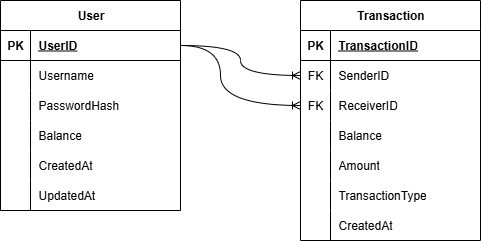
Above: images/database-schema.png in zuyatna/simple-emoney (draw.io), before the change. Source tidied: cells renumbered, new cells last; positions are measured from the earlier drawing's top-left corner, leaving out a move shared by most shapes.
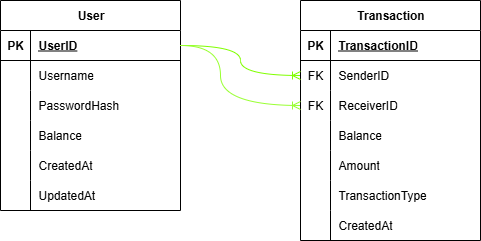
After the commit.

Commit message:
update database schema

What changed in the source:
```diff
@@ -2,7 +2,7 @@
   <root>
     <mxCell id="0" />
     <mxCell id="1" parent="0" />
-    <mxCell id="2" value="User" style="shape=table;startSize=30;rowLines=0;fontStyle=1;align=center;html=1;" parent="1" vertex="1">
+    <mxCell id="2" value="User" style="shape=table;startSize=30;rowLines=0;fontStyle=1;align=center;html=1;swimlaneFillColor=default;" parent="1" vertex="1">
       <mxGeometry width="180" height="210" as="geometry" />
     </mxCell>
     <mxCell id="3" style="shape=tableRow;horizontal=0;startSize=0;swimlaneHead=0;swimlaneBody=0;fillColor=none;points=[[0,0.5],[1,0.5]];portConstraint=eastwest;top=0;left=0;right=0;bottom=1;" parent="2" vertex="1">
@@ -59,7 +59,7 @@
     <mxCell id="20" value="UpdatedAt" style="shape=partialRectangle;fillColor=none;top=0;left=0;bottom=0;right=0;align=left;spacingLeft=6;overflow=hidden;whiteSpace=wrap;html=1;" parent="18" vertex="1">
       <mxGeometry x="30" width="150" height="30" as="geometry" />
     </mxCell>
-    <mxCell id="21" value="Transaction" style="shape=table;startSize=30;rowLines=0;fontStyle=1;align=center;html=1;" parent="1" vertex="1">
+    <mxCell id="21" value="Transaction" style="shape=table;startSize=30;rowLines=0;fontStyle=1;align=center;html=1;swimlaneFillColor=default;" parent="1" vertex="1">
       <mxGeometry x="300" width="180" height="240" as="geometry" />
     </mxCell>
     <mxCell id="22" style="shape=tableRow;horizontal=0;startSize=0;swimlaneHead=0;swimlaneBody=0;fillColor=none;top=0;left=0;right=0;bottom=1;" parent="21" vertex="1">
@@ -125,7 +125,7 @@
     <mxCell id="42" value="CreatedAt" style="shape=partialRectangle;fillColor=none;top=0;left=0;bottom=0;right=0;align=left;spacingLeft=6;overflow=hidden;whiteSpace=wrap;html=1;" parent="40" vertex="1">
       <mxGeometry x="30" width="150" height="30" as="geometry" />
     </mxCell>
-    <mxCell id="43" style="edgeStyle=orthogonalEdgeStyle;fontSize=12;html=1;endArrow=ERoneToMany;rounded=0;exitX=1;exitY=0.5;exitDx=0;exitDy=0;entryX=0;entryY=0.5;entryDx=0;entryDy=0;elbow=vertical;curved=1;" parent="1" edge="1" source="3" target="25">
+    <mxCell id="43" style="edgeStyle=orthogonalEdgeStyle;fontSize=12;html=1;endArrow=ERoneToMany;rounded=0;exitX=1;exitY=0.5;exitDx=0;exitDy=0;entryX=0;entryY=0.5;entryDx=0;entryDy=0;elbow=vertical;curved=1;strokeColor=light-dark(#80FF00,#99FF33);shadow=0;flowAnimation=0;" parent="1" edge="1" source="3" target="25">
       <mxGeometry relative="1" as="geometry">
         <Array as="points">
           <mxPoint x="240" y="45" />
@@ -133,7 +133,7 @@
         </Array>
       </mxGeometry>
     </mxCell>
-    <mxCell id="44" style="edgeStyle=orthogonalEdgeStyle;fontSize=12;html=1;endArrow=ERoneToMany;rounded=0;exitX=1;exitY=0.5;exitDx=0;exitDy=0;entryX=0;entryY=0.5;entryDx=0;entryDy=0;curved=1;" parent="1" edge="1" source="3" target="28">
+    <mxCell id="44" style="edgeStyle=orthogonalEdgeStyle;fontSize=12;html=1;endArrow=ERoneToMany;rounded=0;exitX=1;exitY=0.5;exitDx=0;exitDy=0;entryX=0;entryY=0.5;entryDx=0;entryDy=0;curved=1;strokeColor=light-dark(#99FF33,#99FF33);" parent="1" edge="1" source="3" target="28">
       <mxGeometry relative="1" as="geometry">
         <Array as="points">
           <mxPoint x="220" y="45" />
```
